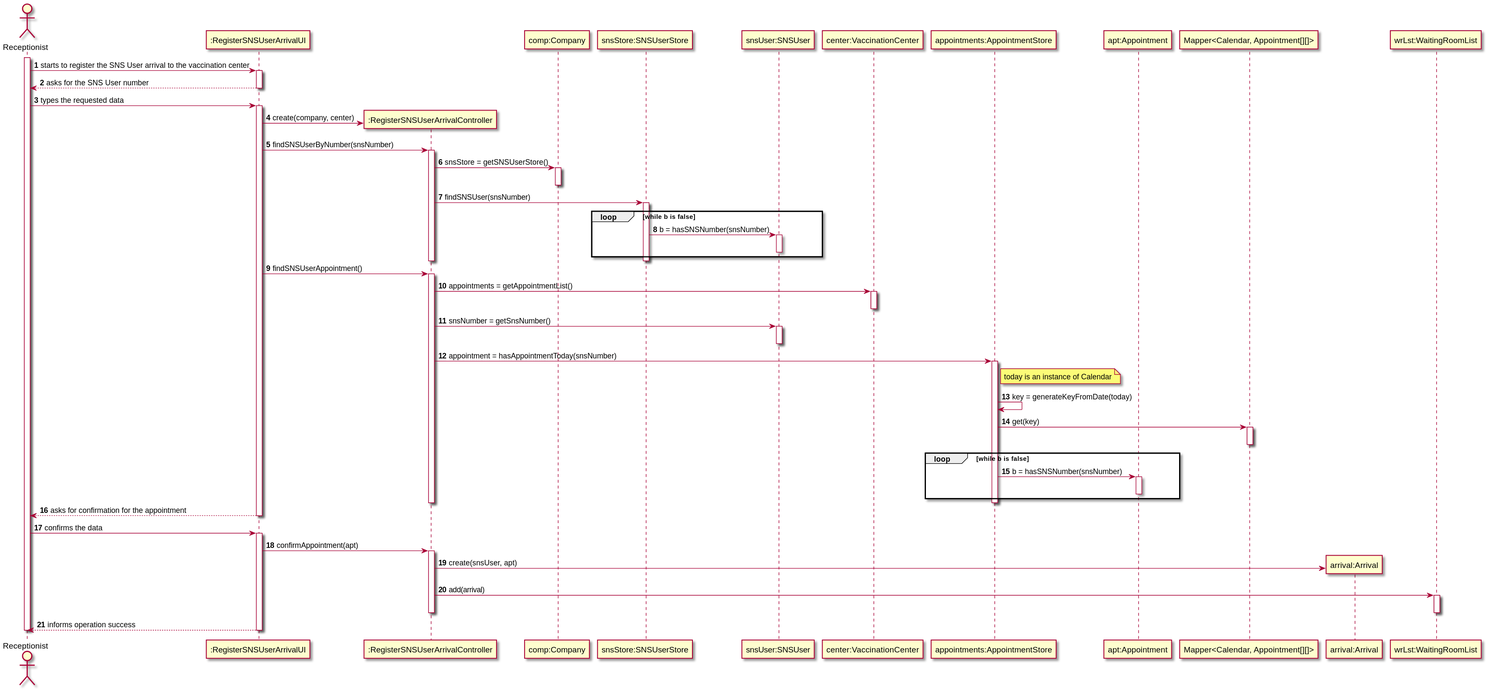
The PlantUML diagram docs/SprintC/US04/SD/US04_SD.svg in miseEnPlace-i/lapr2, before a commit.
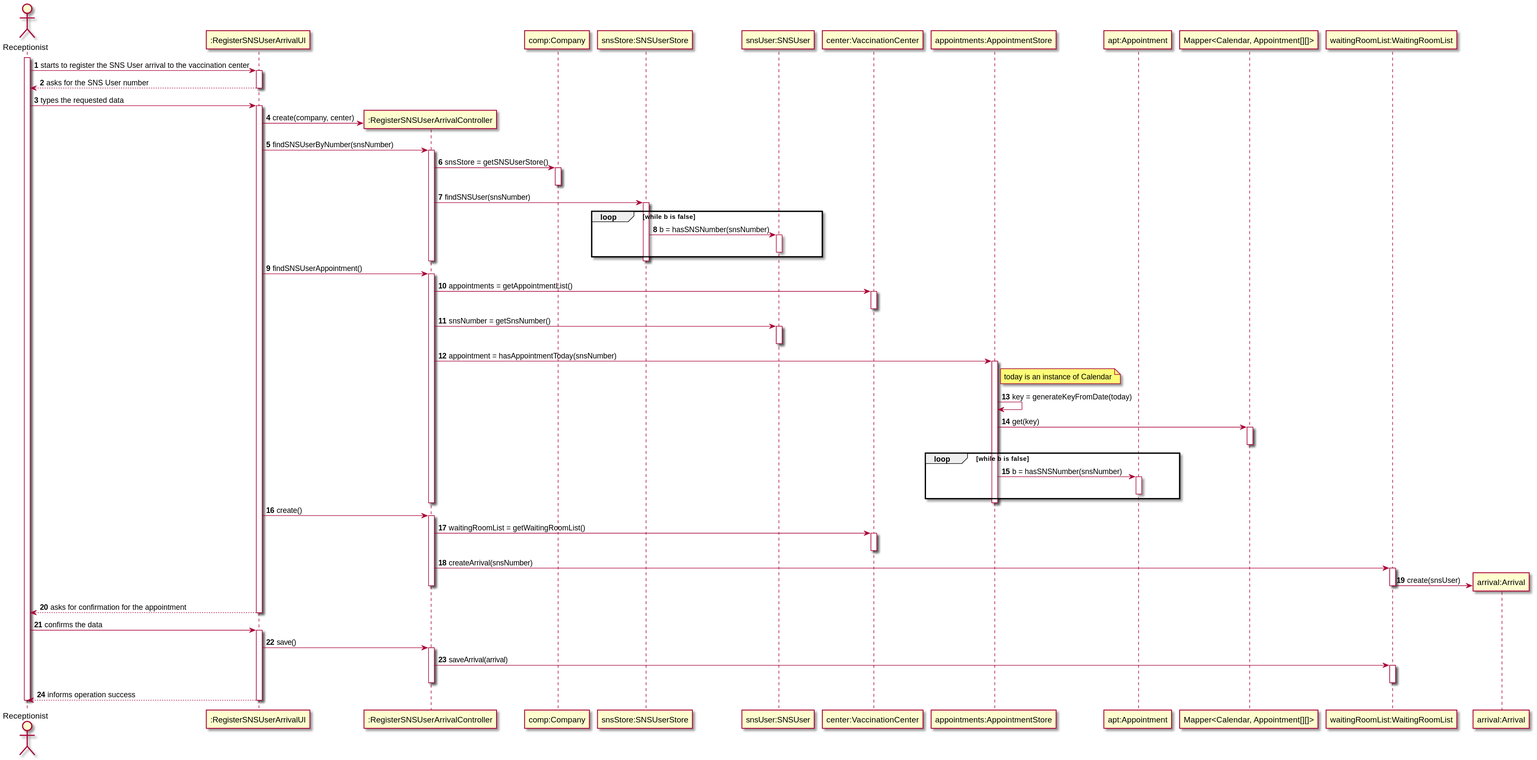
After the change.

Change to the diagram source:
```diff
@@ -12,8 +12,8 @@
 participant "appointments:AppointmentStore" as APPTS
 participant "apt:Appointment" as APT
 participant "Mapper<Calendar, Appointment[][]>" as MAPPER
+participant "waitingRoomList:WaitingRoomList" as WRLST
 participant "arrival:Arrival" as ARRIVAL
-participant "wrLst:WaitingRoomList" as WRLST
 
 activate RECEPT
   RECEPT -> UI : starts to register the SNS User arrival to the vaccination center
@@ -78,17 +78,30 @@
 
     deactivate CTRL
 
+    UI -> CTRL : create()
+    activate CTRL
+
+      CTRL -> CENTER : waitingRoomList = getWaitingRoomList()
+      activate CENTER
+      deactivate CENTER
+
+      CTRL -> WRLST : createArrival(snsNumber)
+      activate WRLST
+        WRLST -> ARRIVAL** : create(snsUser)
+      deactivate WRLST
+
+    deactivate CTRL
+
   RECEPT <-- UI : asks for confirmation for the appointment
   deactivate UI
 
   RECEPT -> UI : confirms the data
   activate UI
 
-    UI -> CTRL : confirmAppointment(apt)
+    UI -> CTRL : save()
     activate CTRL
-      CTRL -> ARRIVAL** : create(snsUser, apt)
 
-      CTRL -> WRLST : add(arrival)
+      CTRL -> WRLST : saveArrival(arrival)
       activate WRLST
       deactivate WRLST
 
```
